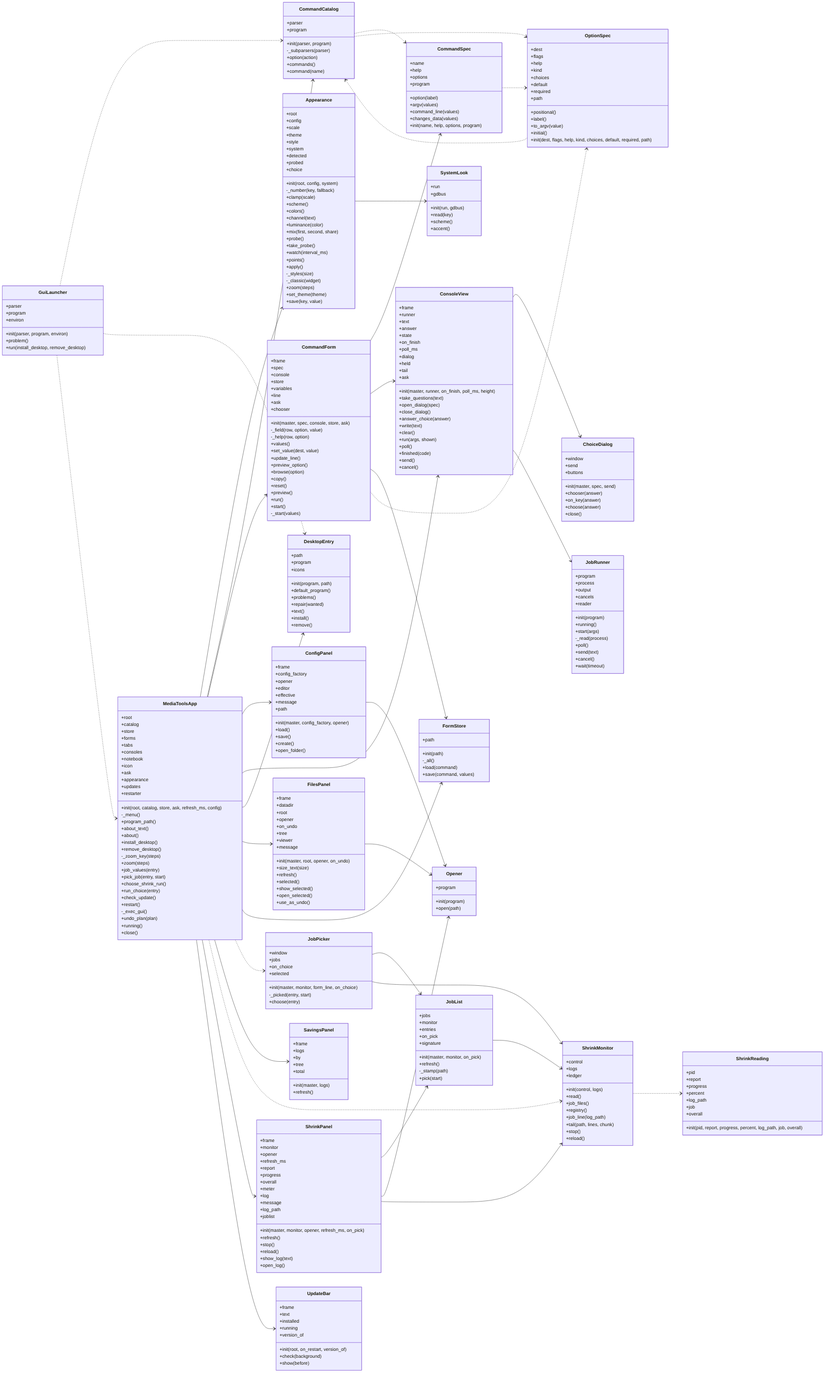
The Mermaid diagram docs/img/uml_gui.png in peddanet/mediatools, before a commit. Its source is kept beside it as docs/img/uml_gui.mmd. Source of this version:
```mermaid
classDiagram
  direction LR
  class MediaToolsApp {
    +root
    +catalog
    +store
    +forms
    +tabs
    +consoles
    +notebook
    +icon
    +ask
    +appearance
    +updates
    +restarter
    +init(root, catalog, store, ask, refresh_ms, config)
    -_menu()
    +program_path()
    +about_text()
    +about()
    +install_desktop()
    +remove_desktop()
    -_zoom_key(steps)
    +zoom(steps)
    +job_values(entry)
    +pick_job(entry, start)
    +choose_shrink_run()
    +run_choice(entry)
    +check_update()
    +restart()
    -_exec_gui()
    +undo_plan(plan)
    +running()
    +close()
  }
  class Appearance {
    +root
    +config
    +scale
    +theme
    +style
    +system
    +detected
    +probed
    +choice
    +init(root, config, system)
    -_number(key, fallback)
    +clamp(scale)
    +scheme()
    +colors()
    +channel(text)
    +luminance(color)
    +mix(first, second, share)
    +probe()
    +take_probe()
    +watch(interval_ms)
    +points()
    +apply()
    -_styles(size)
    -_classic(widget)
    +zoom(steps)
    +set_theme(theme)
    +save(key, value)
  }
  class CommandCatalog {
    +parser
    +program
    +init(parser, program)
    -_subparsers(parser)
    +option(action)
    +commands()
    +command(name)
  }
  class ChoiceDialog {
    +window
    +send
    +buttons
    +init(master, spec, send)
    +chooser(answer)
    +on_key(answer)
    +choose(answer)
    +close()
  }
  class CommandForm {
    +frame
    +spec
    +console
    +store
    +variables
    +line
    +ask
    +chooser
    +init(master, spec, console, store, ask)
    -_field(row, option, value)
    -_help(row, option)
    +values()
    +set_value(dest, value)
    +update_line()
    +preview_option()
    +browse(option)
    +copy()
    +reset()
    +preview()
    +run()
    +start()
    -_start(values)
  }
  class CommandSpec {
    +name
    +help
    +options
    +program
    +option(label)
    +argv(values)
    +command_line(values)
    +changes_data(values)
    +init(name, help, options, program)
  }
  class ConfigPanel {
    +frame
    +config_factory
    +opener
    +editor
    +effective
    +message
    +path
    +init(master, config_factory, opener)
    +load()
    +save()
    +create()
    +open_folder()
  }
  class ConsoleView {
    +frame
    +runner
    +text
    +answer
    +state
    +on_finish
    +poll_ms
    +dialog
    +held
    +tail
    +ask
    +init(master, runner, on_finish, poll_ms, height)
    +take_questions(text)
    +open_dialog(spec)
    +close_dialog()
    +answer_choice(answer)
    +write(text)
    +clear()
    +run(args, shown)
    +poll()
    +finished(code)
    +send()
    +cancel()
  }
  class DesktopEntry {
    +path
    +program
    +icons
    +init(program, path)
    +default_program()
    +problems()
    +repair(wanted)
    +text()
    +install()
    +remove()
  }
  class FilesPanel {
    +frame
    +datadir
    +root
    +opener
    +on_undo
    +tree
    +viewer
    +message
    +init(master, root, opener, on_undo)
    +size_text(size)
    +refresh()
    +selected()
    +show_selected()
    +open_selected()
    +use_as_undo()
  }
  class FormStore {
    +path
    +init(path)
    -_all()
    +load(command)
    +save(command, values)
  }
  class JobList {
    +jobs
    +monitor
    +entries
    +on_pick
    +signature
    +init(master, monitor, on_pick)
    +refresh()
    -_stamp(path)
    +pick(start)
  }
  class JobPicker {
    +window
    +jobs
    +on_choice
    +selected
    +init(master, monitor, form_line, on_choice)
    -_picked(entry, start)
    +choose(entry)
  }
  class JobRunner {
    +program
    +process
    +output
    +cancels
    +reader
    +init(program)
    +running()
    +start(args)
    -_read(process)
    +poll()
    +send(text)
    +cancel()
    +wait(timeout)
  }
  class GuiLauncher {
    +parser
    +program
    +environ
    +init(parser, program, environ)
    +problem()
    +run(install_desktop, remove_desktop)
  }
  class Opener {
    +program
    +init(program)
    +open(path)
  }
  class OptionSpec {
    +dest
    +flags
    +help
    +kind
    +choices
    +default
    +required
    +path
    +positional()
    +label()
    +to_argv(value)
    +initial()
    +init(dest, flags, help, kind, choices, default, required, path)
  }
  class SavingsPanel {
    +frame
    +logs
    +by
    +tree
    +total
    +init(master, logs)
    +refresh()
  }
  class ShrinkMonitor {
    +control
    +logs
    +ledger
    +init(control, logs)
    +read()
    +job_files()
    +registry()
    +job_line(log_path)
    +tail(path, lines, chunk)
    +stop()
    +reload()
  }
  class ShrinkPanel {
    +frame
    +monitor
    +opener
    +refresh_ms
    +report
    +progress
    +overall
    +meter
    +log
    +message
    +log_path
    +joblist
    +init(master, monitor, opener, refresh_ms, on_pick)
    +refresh()
    +stop()
    +reload()
    +show_log(text)
    +open_log()
  }
  class ShrinkReading {
    +pid
    +report
    +progress
    +percent
    +log_path
    +job
    +overall
    +init(pid, report, progress, percent, log_path, job, overall)
  }
  class SystemLook {
    +run
    +gdbus
    +init(run, gdbus)
    +read(key)
    +scheme()
    +accent()
  }
  class UpdateBar {
    +frame
    +text
    +installed
    +running
    +version_of
    +init(root, on_restart, version_of)
    +check(background)
    +show(before)
  }
  MediaToolsApp --> Appearance
  MediaToolsApp --> CommandCatalog
  MediaToolsApp --> CommandForm
  MediaToolsApp --> ConfigPanel
  MediaToolsApp --> ConsoleView
  MediaToolsApp --> DesktopEntry
  MediaToolsApp --> FilesPanel
  MediaToolsApp --> FormStore
  MediaToolsApp ..> JobPicker
  MediaToolsApp --> SavingsPanel
  MediaToolsApp ..> ShrinkMonitor
  MediaToolsApp --> ShrinkPanel
  MediaToolsApp --> UpdateBar
  Appearance --> SystemLook
  CommandCatalog ..> CommandSpec
  CommandCatalog ..> OptionSpec
  CommandForm --> CommandSpec
  CommandForm --> ConsoleView
  CommandForm --> FormStore
  CommandForm ..> OptionSpec
  CommandSpec ..> OptionSpec
  ConfigPanel --> Opener
  ConsoleView --> ChoiceDialog
  ConsoleView --> JobRunner
  FilesPanel --> Opener
  JobList --> ShrinkMonitor
  JobPicker --> JobList
  JobPicker --> ShrinkMonitor
  GuiLauncher ..> CommandCatalog
  GuiLauncher ..> DesktopEntry
  GuiLauncher ..> MediaToolsApp
  OptionSpec ..> CommandCatalog
  ShrinkMonitor ..> ShrinkReading
  ShrinkPanel --> JobList
  ShrinkPanel --> Opener
  ShrinkPanel --> ShrinkMonitor
```
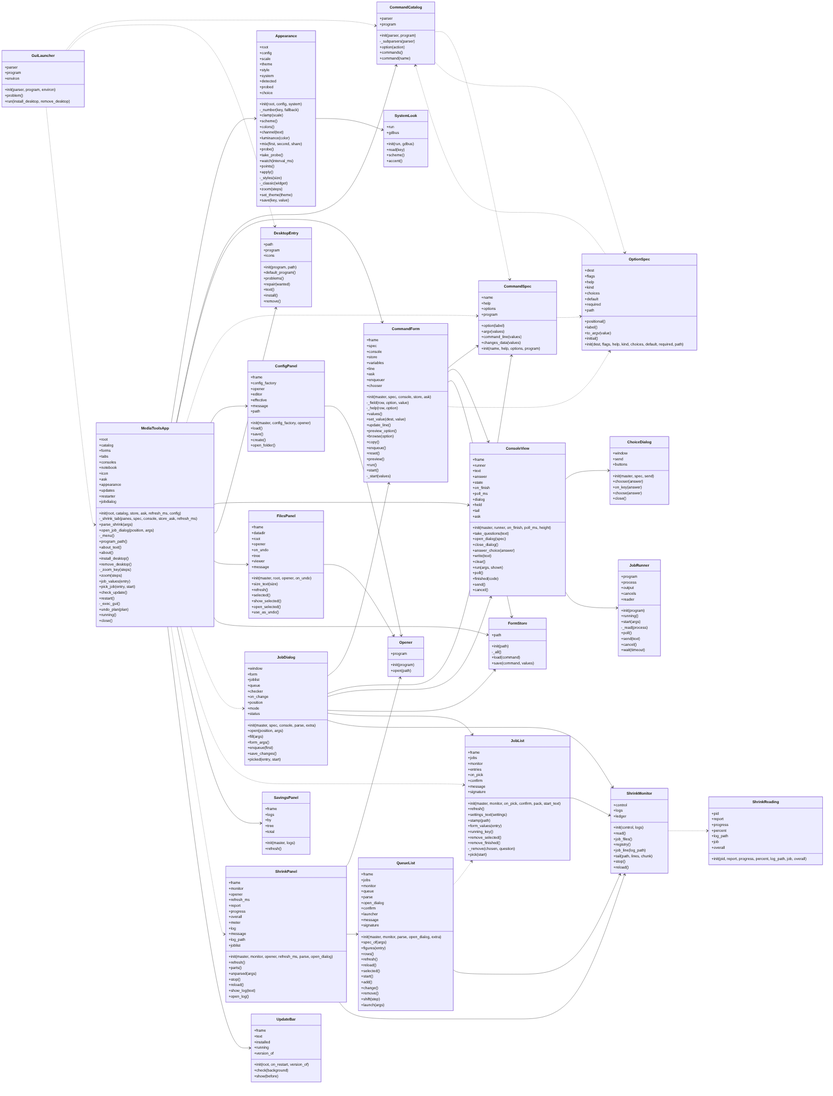
After the commit.

The edit, as a diff of the source:
```diff
@@ -3,7 +3,6 @@
   class MediaToolsApp {
     +root
     +catalog
-    +store
     +forms
     +tabs
     +consoles
@@ -13,7 +12,11 @@
     +appearance
     +updates
     +restarter
+    +jobdialog
     +init(root, catalog, store, ask, refresh_ms, config)
+    -_shrink_tab(panes, spec, console, store_ask, refresh_ms)
+    +parse_shrink(args)
+    +open_job_dialog(position, args)
     -_menu()
     +program_path()
     +about_text()
@@ -24,8 +27,6 @@
     +zoom(steps)
     +job_values(entry)
     +pick_job(entry, start)
-    +choose_shrink_run()
-    +run_choice(entry)
     +check_update()
     +restart()
     -_exec_gui()
@@ -89,6 +90,7 @@
     +variables
     +line
     +ask
+    +enqueuer
     +chooser
     +init(master, spec, console, store, ask)
     -_field(row, option, value)
@@ -99,6 +101,7 @@
     +preview_option()
     +browse(option)
     +copy()
+    +enqueue()
     +reset()
     +preview()
     +run()
@@ -191,25 +194,43 @@
     +load(command)
     +save(command, values)
   }
+  class JobDialog {
+    +window
+    +form
+    +joblist
+    +queue
+    +checker
+    +on_change
+    +position
+    +mode
+    +status
+    +init(master, spec, console, parse, extra)
+    +open(position, args)
+    +fill(args)
+    +form_args()
+    +enqueue(first)
+    +save_changes()
+    +picked(entry, start)
+  }
   class JobList {
+    +frame
     +jobs
     +monitor
     +entries
     +on_pick
+    +confirm
+    +message
     +signature
-    +init(master, monitor, on_pick)
+    +init(master, monitor, on_pick, confirm, pack, start_text)
     +refresh()
-    -_stamp(path)
+    +settings_text(settings)
+    +stamp(path)
+    +form_values(entry)
+    +running_key()
+    +remove_selected()
+    +remove_finished()
+    -_remove(chosen, question)
     +pick(start)
-  }
-  class JobPicker {
-    +window
-    +jobs
-    +on_choice
-    +selected
-    +init(master, monitor, form_line, on_choice)
-    -_picked(entry, start)
-    +choose(entry)
   }
   class JobRunner {
     +program
@@ -254,6 +275,31 @@
     +initial()
     +init(dest, flags, help, kind, choices, default, required, path)
   }
+  class QueueList {
+    +frame
+    +jobs
+    +monitor
+    +queue
+    +parse
+    +open_dialog
+    +confirm
+    +launcher
+    +message
+    +signature
+    +init(master, monitor, parse, open_dialog, extra)
+    +spec_of(args)
+    +figures(entry)
+    +rows()
+    +refresh()
+    +reload()
+    +selected()
+    +start()
+    +add()
+    +change()
+    +remove()
+    +shift(step)
+    +launch(args)
+  }
   class SavingsPanel {
     +frame
     +logs
@@ -289,8 +335,10 @@
     +message
     +log_path
     +joblist
-    +init(master, monitor, opener, refresh_ms, on_pick)
+    +init(master, monitor, opener, refresh_ms, parse, open_dialog)
     +refresh()
+    +parts()
+    +unparsed(args)
     +stop()
     +reload()
     +show_log(text)
@@ -327,15 +375,16 @@
   MediaToolsApp --> Appearance
   MediaToolsApp --> CommandCatalog
   MediaToolsApp --> CommandForm
+  MediaToolsApp ..> CommandSpec
   MediaToolsApp --> ConfigPanel
   MediaToolsApp --> ConsoleView
   MediaToolsApp --> DesktopEntry
   MediaToolsApp --> FilesPanel
   MediaToolsApp --> FormStore
-  MediaToolsApp ..> JobPicker
+  MediaToolsApp ..> JobDialog
+  MediaToolsApp ..> JobList
   MediaToolsApp --> SavingsPanel
-  MediaToolsApp ..> ShrinkMonitor
-  MediaToolsApp --> ShrinkPanel
+  MediaToolsApp ..> ShrinkPanel
   MediaToolsApp --> UpdateBar
   Appearance --> SystemLook
   CommandCatalog ..> CommandSpec
@@ -349,14 +398,20 @@
   ConsoleView --> ChoiceDialog
   ConsoleView --> JobRunner
   FilesPanel --> Opener
+  JobDialog --> CommandForm
+  JobDialog --> CommandSpec
+  JobDialog --> ConsoleView
+  JobDialog --> FormStore
+  JobDialog --> JobList
+  JobDialog --> ShrinkMonitor
   JobList --> ShrinkMonitor
-  JobPicker --> JobList
-  JobPicker --> ShrinkMonitor
   GuiLauncher ..> CommandCatalog
   GuiLauncher ..> DesktopEntry
   GuiLauncher ..> MediaToolsApp
   OptionSpec ..> CommandCatalog
+  QueueList ..> JobList
+  QueueList --> ShrinkMonitor
   ShrinkMonitor ..> ShrinkReading
-  ShrinkPanel --> JobList
   ShrinkPanel --> Opener
+  ShrinkPanel --> QueueList
   ShrinkPanel --> ShrinkMonitor
```
